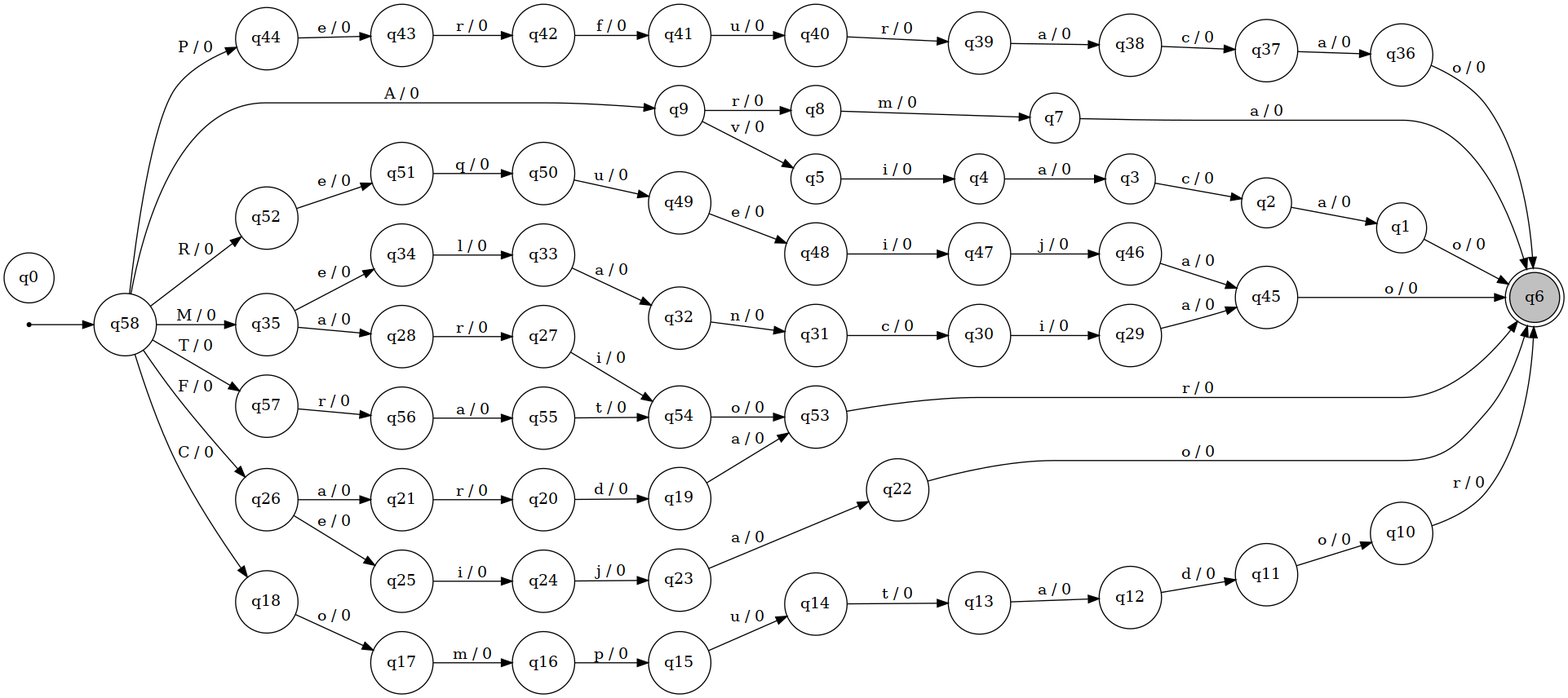
This is graphs/poc-mast.png from lucasll37/CTC-34, a Graphviz export, as it was before one commit. Its source is kept beside it as graphs/graphViz/poc-mast.dot. Its diagram source:
```dot
digraph G {
rankdir=LR;
node [shape=circle];
ini [shape=point];
ini -> q58;
	q50 [label="q50"];
	q49 [label="q49"];
	q47 [label="q47"];
	q46 [label="q46"];
	q48 [label="q48"];
	q44 [label="q44"];
	q45 [label="q45"];
	q42 [label="q42"];
	q58 [label="q58"];
	q37 [label="q37"];
	q43 [label="q43"];
	q36 [label="q36"];
	q35 [label="q35"];
	q34 [label="q34"];
	q33 [label="q33"];
	q32 [label="q32"];
	q31 [label="q31"];
	q30 [label="q30"];
	q29 [label="q29"];
	q54 [label="q54"];
	q10 [label="q10"];
	q9 [label="q9"];
	q1 [label="q1"];
	q17 [label="q17"];
	q2 [label="q2"];
	q38 [label="q38"];
	q11 [label="q11"];
	q18 [label="q18"];
	q8 [label="q8"];
	q6 [label="q6"];
	q6 [shape=doublecircle];
	q6 [style=filled fillcolor=gray];
	q20 [label="q20"];
	q25 [label="q25"];
	q12 [label="q12"];
	q57 [label="q57"];
	q7 [label="q7"];
	q5 [label="q5"];
	q21 [label="q21"];
	q53 [label="q53"];
	q4 [label="q4"];
	q3 [label="q3"];
	q0 [label="q0"];
	q13 [label="q13"];
	q51 [label="q51"];
	q23 [label="q23"];
	q19 [label="q19"];
	q14 [label="q14"];
	q52 [label="q52"];
	q41 [label="q41"];
	q28 [label="q28"];
	q56 [label="q56"];
	q15 [label="q15"];
	q27 [label="q27"];
	q16 [label="q16"];
	q22 [label="q22"];
	q55 [label="q55"];
	q39 [label="q39"];
	q26 [label="q26"];
	q40 [label="q40"];
	q24 [label="q24"];
	q50 -> q49 [label="u / 0"];
	q49 -> q48 [label="e / 0"];
	q47 -> q46 [label="j / 0"];
	q46 -> q45 [label="a / 0"];
	q48 -> q47 [label="i / 0"];
	q44 -> q43 [label="e / 0"];
	q45 -> q6 [label="o / 0"];
	q42 -> q41 [label="f / 0"];
	q58 -> q9 [label="A / 0"];
	q58 -> q18 [label="C / 0"];
	q58 -> q44 [label="P / 0"];
	q58 -> q26 [label="F / 0"];
	q58 -> q35 [label="M / 0"];
	q58 -> q52 [label="R / 0"];
	q58 -> q57 [label="T / 0"];
	q37 -> q36 [label="a / 0"];
	q43 -> q42 [label="r / 0"];
	q36 -> q6 [label="o / 0"];
	q35 -> q28 [label="a / 0"];
	q35 -> q34 [label="e / 0"];
	q34 -> q33 [label="l / 0"];
	q33 -> q32 [label="a / 0"];
	q32 -> q31 [label="n / 0"];
	q31 -> q30 [label="c / 0"];
	q30 -> q29 [label="i / 0"];
	q29 -> q45 [label="a / 0"];
	q54 -> q53 [label="o / 0"];
	q10 -> q6 [label="r / 0"];
	q9 -> q5 [label="v / 0"];
	q9 -> q8 [label="r / 0"];
	q1 -> q6 [label="o / 0"];
	q17 -> q16 [label="m / 0"];
	q2 -> q1 [label="a / 0"];
	q38 -> q37 [label="c / 0"];
	q11 -> q10 [label="o / 0"];
	q18 -> q17 [label="o / 0"];
	q8 -> q7 [label="m / 0"];
	q20 -> q19 [label="d / 0"];
	q25 -> q24 [label="i / 0"];
	q12 -> q11 [label="d / 0"];
	q57 -> q56 [label="r / 0"];
	q7 -> q6 [label="a / 0"];
	q5 -> q4 [label="i / 0"];
	q21 -> q20 [label="r / 0"];
	q53 -> q6 [label="r / 0"];
	q4 -> q3 [label="a / 0"];
	q3 -> q2 [label="c / 0"];
	q13 -> q12 [label="a / 0"];
	q51 -> q50 [label="q / 0"];
	q23 -> q22 [label="a / 0"];
	q19 -> q53 [label="a / 0"];
	q14 -> q13 [label="t / 0"];
	q52 -> q51 [label="e / 0"];
	q41 -> q40 [label="u / 0"];
	q28 -> q27 [label="r / 0"];
	q56 -> q55 [label="a / 0"];
	q15 -> q14 [label="u / 0"];
	q27 -> q54 [label="i / 0"];
	q16 -> q15 [label="p / 0"];
	q22 -> q6 [label="o / 0"];
	q55 -> q54 [label="t / 0"];
	q39 -> q38 [label="a / 0"];
	q26 -> q21 [label="a / 0"];
	q26 -> q25 [label="e / 0"];
	q40 -> q39 [label="r / 0"];
	q24 -> q23 [label="j / 0"];
}
```
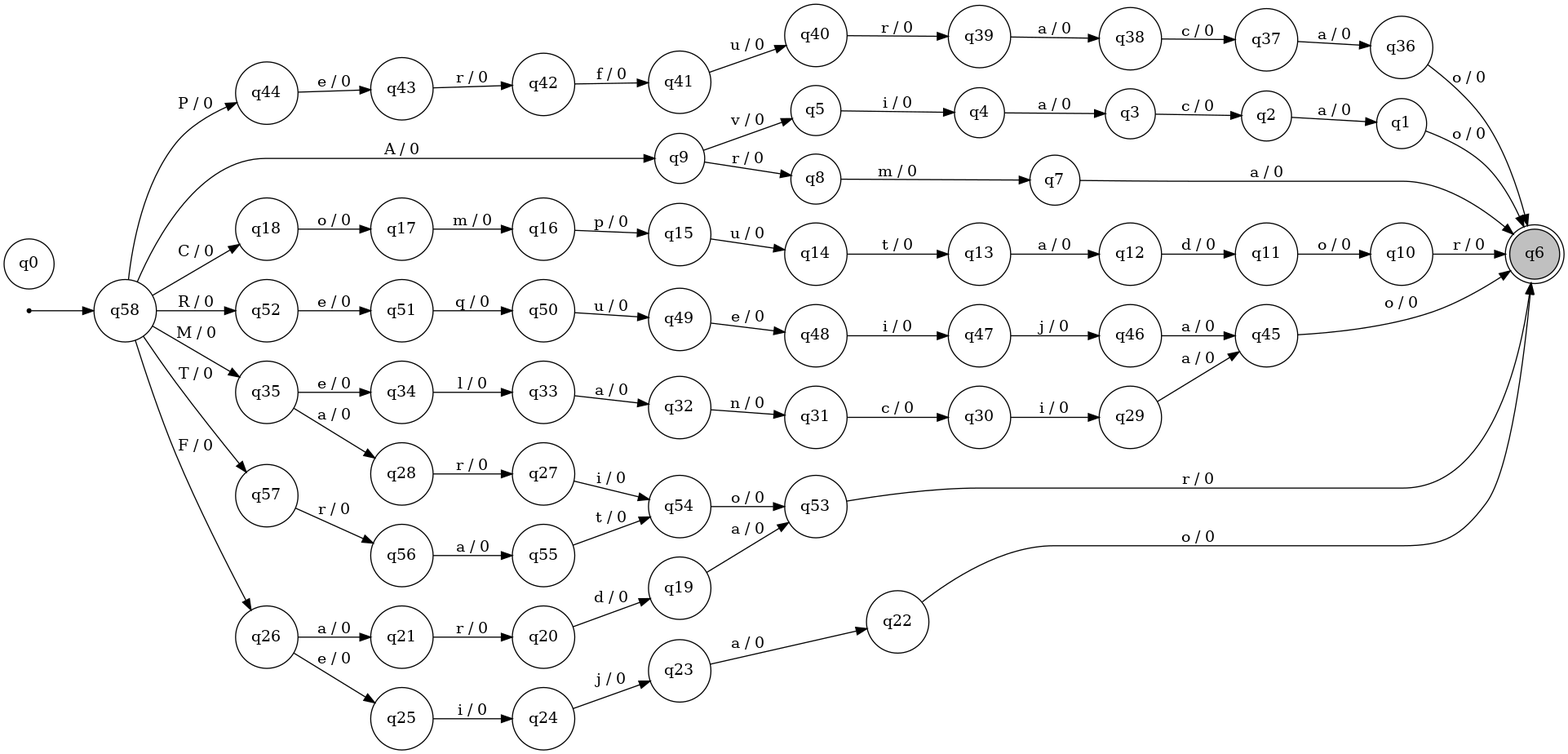
The same diagram one commit later.

What changed in the source:
```diff
@@ -3,75 +3,124 @@
 node [shape=circle];
 ini [shape=point];
 ini -> q58;
+	q57 [label="q57"];
+	q56 [label="q56"];
 	q50 [label="q50"];
 	q49 [label="q49"];
+	q48 [label="q48"];
 	q47 [label="q47"];
 	q46 [label="q46"];
-	q48 [label="q48"];
 	q44 [label="q44"];
-	q45 [label="q45"];
+	q43 [label="q43"];
 	q42 [label="q42"];
-	q58 [label="q58"];
+	q41 [label="q41"];
+	q38 [label="q38"];
+	q36 [label="q36"];
+	q33 [label="q33"];
+	q30 [label="q30"];
+	q9 [label="q9"];
+	q52 [label="q52"];
+	q35 [label="q35"];
+	q2 [label="q2"];
+	q7 [label="q7"];
+	q32 [label="q32"];
+	q19 [label="q19"];
+	q29 [label="q29"];
+	q3 [label="q3"];
+	q39 [label="q39"];
+	q34 [label="q34"];
+	q21 [label="q21"];
 	q37 [label="q37"];
-	q43 [label="q43"];
-	q36 [label="q36"];
-	q35 [label="q35"];
-	q34 [label="q34"];
-	q33 [label="q33"];
-	q32 [label="q32"];
-	q31 [label="q31"];
-	q30 [label="q30"];
-	q29 [label="q29"];
+	q8 [label="q8"];
+	q51 [label="q51"];
+	q16 [label="q16"];
+	q26 [label="q26"];
+	q1 [label="q1"];
+	q20 [label="q20"];
 	q54 [label="q54"];
+	q5 [label="q5"];
 	q10 [label="q10"];
-	q9 [label="q9"];
-	q1 [label="q1"];
-	q17 [label="q17"];
-	q2 [label="q2"];
-	q38 [label="q38"];
-	q11 [label="q11"];
-	q18 [label="q18"];
-	q8 [label="q8"];
 	q6 [label="q6"];
 	q6 [shape=doublecircle];
 	q6 [style=filled fillcolor=gray];
-	q20 [label="q20"];
+	q24 [label="q24"];
+	q12 [label="q12"];
+	q4 [label="q4"];
+	q0 [label="q0"];
+	q40 [label="q40"];
+	q13 [label="q13"];
+	q45 [label="q45"];
+	q14 [label="q14"];
+	q15 [label="q15"];
+	q55 [label="q55"];
+	q17 [label="q17"];
+	q18 [label="q18"];
+	q22 [label="q22"];
+	q53 [label="q53"];
+	q31 [label="q31"];
+	q11 [label="q11"];
+	q23 [label="q23"];
+	q28 [label="q28"];
+	q58 [label="q58"];
 	q25 [label="q25"];
-	q12 [label="q12"];
-	q57 [label="q57"];
-	q7 [label="q7"];
-	q5 [label="q5"];
-	q21 [label="q21"];
-	q53 [label="q53"];
-	q4 [label="q4"];
-	q3 [label="q3"];
-	q0 [label="q0"];
-	q13 [label="q13"];
-	q51 [label="q51"];
-	q23 [label="q23"];
-	q19 [label="q19"];
-	q14 [label="q14"];
-	q52 [label="q52"];
-	q41 [label="q41"];
-	q28 [label="q28"];
-	q56 [label="q56"];
-	q15 [label="q15"];
 	q27 [label="q27"];
-	q16 [label="q16"];
-	q22 [label="q22"];
-	q55 [label="q55"];
-	q39 [label="q39"];
-	q26 [label="q26"];
-	q40 [label="q40"];
-	q24 [label="q24"];
+	q57 -> q56 [label="r / 0"];
+	q56 -> q55 [label="a / 0"];
 	q50 -> q49 [label="u / 0"];
 	q49 -> q48 [label="e / 0"];
+	q48 -> q47 [label="i / 0"];
 	q47 -> q46 [label="j / 0"];
 	q46 -> q45 [label="a / 0"];
-	q48 -> q47 [label="i / 0"];
 	q44 -> q43 [label="e / 0"];
+	q43 -> q42 [label="r / 0"];
+	q42 -> q41 [label="f / 0"];
+	q41 -> q40 [label="u / 0"];
+	q38 -> q37 [label="c / 0"];
+	q36 -> q6 [label="o / 0"];
+	q33 -> q32 [label="a / 0"];
+	q30 -> q29 [label="i / 0"];
+	q9 -> q5 [label="v / 0"];
+	q9 -> q8 [label="r / 0"];
+	q52 -> q51 [label="e / 0"];
+	q35 -> q28 [label="a / 0"];
+	q35 -> q34 [label="e / 0"];
+	q2 -> q1 [label="a / 0"];
+	q7 -> q6 [label="a / 0"];
+	q32 -> q31 [label="n / 0"];
+	q19 -> q53 [label="a / 0"];
+	q29 -> q45 [label="a / 0"];
+	q3 -> q2 [label="c / 0"];
+	q39 -> q38 [label="a / 0"];
+	q34 -> q33 [label="l / 0"];
+	q21 -> q20 [label="r / 0"];
+	q37 -> q36 [label="a / 0"];
+	q8 -> q7 [label="m / 0"];
+	q51 -> q50 [label="q / 0"];
+	q16 -> q15 [label="p / 0"];
+	q26 -> q21 [label="a / 0"];
+	q26 -> q25 [label="e / 0"];
+	q1 -> q6 [label="o / 0"];
+	q20 -> q19 [label="d / 0"];
+	q54 -> q53 [label="o / 0"];
+	q5 -> q4 [label="i / 0"];
+	q10 -> q6 [label="r / 0"];
+	q24 -> q23 [label="j / 0"];
+	q12 -> q11 [label="d / 0"];
+	q4 -> q3 [label="a / 0"];
+	q40 -> q39 [label="r / 0"];
+	q13 -> q12 [label="a / 0"];
 	q45 -> q6 [label="o / 0"];
-	q42 -> q41 [label="f / 0"];
+	q14 -> q13 [label="t / 0"];
+	q15 -> q14 [label="u / 0"];
+	q55 -> q54 [label="t / 0"];
+	q17 -> q16 [label="m / 0"];
+	q18 -> q17 [label="o / 0"];
+	q22 -> q6 [label="o / 0"];
+	q53 -> q6 [label="r / 0"];
+	q31 -> q30 [label="c / 0"];
+	q11 -> q10 [label="o / 0"];
+	q23 -> q22 [label="a / 0"];
+	q28 -> q27 [label="r / 0"];
 	q58 -> q9 [label="A / 0"];
 	q58 -> q18 [label="C / 0"];
 	q58 -> q44 [label="P / 0"];
@@ -79,55 +128,6 @@
 	q58 -> q35 [label="M / 0"];
 	q58 -> q52 [label="R / 0"];
 	q58 -> q57 [label="T / 0"];
-	q37 -> q36 [label="a / 0"];
-	q43 -> q42 [label="r / 0"];
-	q36 -> q6 [label="o / 0"];
-	q35 -> q28 [label="a / 0"];
-	q35 -> q34 [label="e / 0"];
-	q34 -> q33 [label="l / 0"];
-	q33 -> q32 [label="a / 0"];
-	q32 -> q31 [label="n / 0"];
-	q31 -> q30 [label="c / 0"];
-	q30 -> q29 [label="i / 0"];
-	q29 -> q45 [label="a / 0"];
-	q54 -> q53 [label="o / 0"];
-	q10 -> q6 [label="r / 0"];
-	q9 -> q5 [label="v / 0"];
-	q9 -> q8 [label="r / 0"];
-	q1 -> q6 [label="o / 0"];
-	q17 -> q16 [label="m / 0"];
-	q2 -> q1 [label="a / 0"];
-	q38 -> q37 [label="c / 0"];
-	q11 -> q10 [label="o / 0"];
-	q18 -> q17 [label="o / 0"];
-	q8 -> q7 [label="m / 0"];
-	q20 -> q19 [label="d / 0"];
 	q25 -> q24 [label="i / 0"];
-	q12 -> q11 [label="d / 0"];
-	q57 -> q56 [label="r / 0"];
-	q7 -> q6 [label="a / 0"];
-	q5 -> q4 [label="i / 0"];
-	q21 -> q20 [label="r / 0"];
-	q53 -> q6 [label="r / 0"];
-	q4 -> q3 [label="a / 0"];
-	q3 -> q2 [label="c / 0"];
-	q13 -> q12 [label="a / 0"];
-	q51 -> q50 [label="q / 0"];
-	q23 -> q22 [label="a / 0"];
-	q19 -> q53 [label="a / 0"];
-	q14 -> q13 [label="t / 0"];
-	q52 -> q51 [label="e / 0"];
-	q41 -> q40 [label="u / 0"];
-	q28 -> q27 [label="r / 0"];
-	q56 -> q55 [label="a / 0"];
-	q15 -> q14 [label="u / 0"];
 	q27 -> q54 [label="i / 0"];
-	q16 -> q15 [label="p / 0"];
-	q22 -> q6 [label="o / 0"];
-	q55 -> q54 [label="t / 0"];
-	q39 -> q38 [label="a / 0"];
-	q26 -> q21 [label="a / 0"];
-	q26 -> q25 [label="e / 0"];
-	q40 -> q39 [label="r / 0"];
-	q24 -> q23 [label="j / 0"];
 }
```
